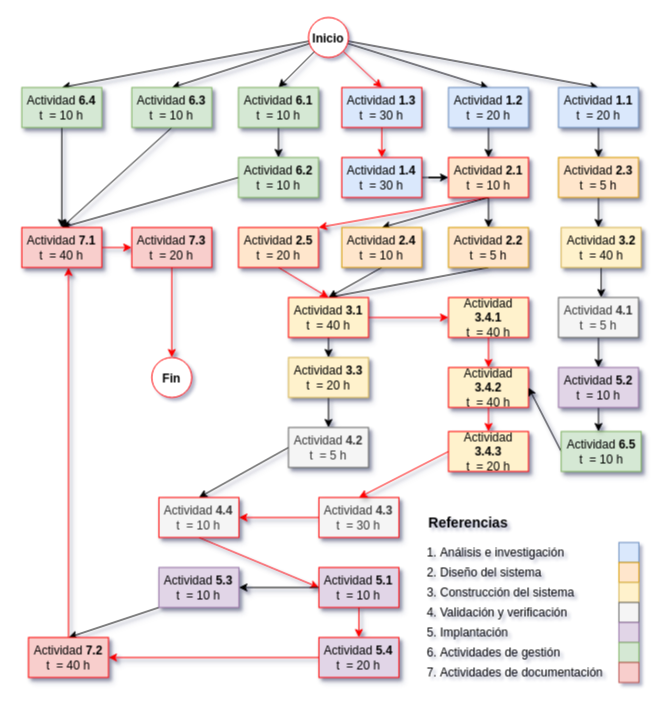
brunomaso1/uba-ceia keeps this draw.io diagram as page "Diagrama de actividades - Visualizacion" (3 of 3) of ceia-gdp/Diagramas gestion de proyectos.drawio. Above is the earlier version. Source tidied: cells renumbered, new cells numbered last; positions are measured from the earlier drawing's top-left corner, leaving out a move shared by most shapes. Both pictures are drawn from the tidied source at 100%, with x=0, y=0 at pixel (21, 17).
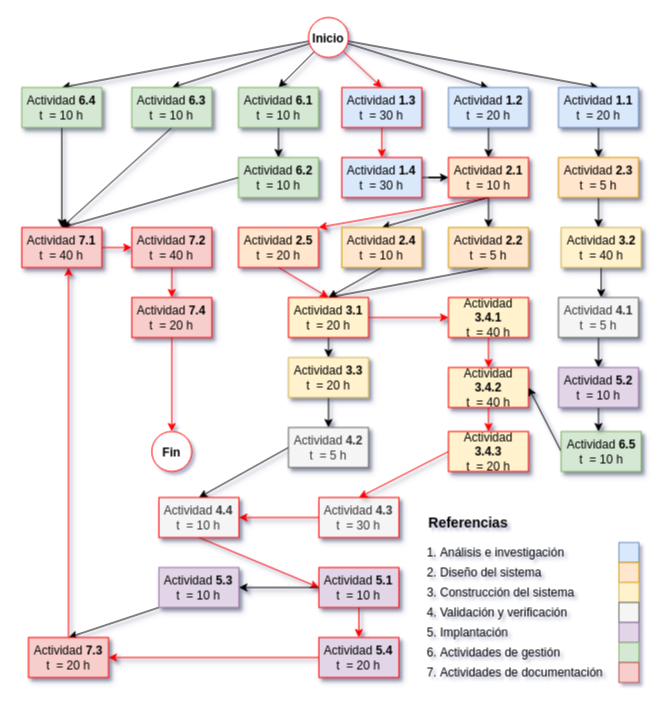
The same page after the edit.

What changed in the source:
```diff
@@
-    <mxCell id="37" value="Actividad &lt;b&gt;3.1&lt;/b&gt;&lt;div&gt;t&amp;nbsp; = 40 h&lt;/div&gt;" style="html=1;dashed=0;whiteSpace=wrap;fillColor=#fff2cc;strokeColor=#FF0000;shadow=1;" parent="1" vertex="1">
+    <mxCell id="37" value="Actividad &lt;b&gt;3.1&lt;/b&gt;&lt;div&gt;t&amp;nbsp; = 20 h&lt;/div&gt;" style="html=1;dashed=0;whiteSpace=wrap;fillColor=#fff2cc;strokeColor=#FF0000;shadow=1;" parent="1" vertex="1">
       <mxGeometry x="267" y="280" width="80" height="40" as="geometry" />
     </mxCell>
@@
-    <mxCell id="68" value="Actividad &lt;b&gt;7.2&lt;/b&gt;&lt;div&gt;t&amp;nbsp; = 40 h&lt;/div&gt;" style="html=1;dashed=0;whiteSpace=wrap;fillColor=#f8cecc;strokeColor=#FF0000;shadow=1;" parent="1" vertex="1">
+    <mxCell id="68" value="Actividad &lt;b&gt;7.3&lt;/b&gt;&lt;div&gt;t&amp;nbsp; = 20 h&lt;/div&gt;" style="html=1;dashed=0;whiteSpace=wrap;fillColor=#f8cecc;strokeColor=#FF0000;shadow=1;" parent="1" vertex="1">
       <mxGeometry x="7" y="620" width="80" height="40" as="geometry" />
     </mxCell>
@@
-    <mxCell id="71" style="rounded=0;jettySize=auto;html=1;orthogonal=1;exitX=0.5;exitY=0;exitDx=0;exitDy=0;shadow=1;strokeColor=#FF0000;" parent="1" edge="1" source="72" target="73">
+    <mxCell id="71" style="rounded=0;jettySize=auto;html=1;orthogonal=1;exitX=0.5;exitY=0;exitDx=0;exitDy=0;shadow=1;strokeColor=#FF0000;entryX=0.5;entryY=0;entryDx=0;entryDy=0;" parent="1" edge="1" source="72" target="93">
       <mxGeometry relative="1" as="geometry" />
     </mxCell>
-    <mxCell id="72" value="Actividad &lt;b&gt;7.3&lt;/b&gt;&lt;div&gt;t&amp;nbsp; = 20 h&lt;/div&gt;" style="html=1;dashed=0;whiteSpace=wrap;fillColor=#f8cecc;strokeColor=#FF0000;shadow=1;" parent="1" vertex="1">
+    <mxCell id="72" value="Actividad &lt;b&gt;7.2&lt;/b&gt;&lt;div&gt;t&amp;nbsp; = 40 h&lt;/div&gt;" style="html=1;dashed=0;whiteSpace=wrap;fillColor=#f8cecc;strokeColor=#FF0000;shadow=1;" parent="1" vertex="1">
       <mxGeometry x="110.3" y="210" width="80" height="40" as="geometry" />
     </mxCell>
     <mxCell id="73" value="Fin" style="ellipse;fontStyle=1;strokeColor=#FF0000;" parent="1" vertex="1">
-      <mxGeometry x="130.3" y="340" width="40" height="40" as="geometry" />
+      <mxGeometry x="130.3" y="414" width="40" height="40" as="geometry" />
     </mxCell>
@@
+    <mxCell id="92" style="edgeStyle=orthogonalEdgeStyle;rounded=0;jettySize=auto;html=1;strokeColor=#FF0000;" parent="1" edge="1" source="93" target="73">
+      <mxGeometry relative="1" as="geometry" />
+    </mxCell>
+    <mxCell id="93" value="Actividad &lt;b&gt;7.4&lt;/b&gt;&lt;div&gt;t&amp;nbsp; = 20 h&lt;/div&gt;" style="html=1;dashed=0;whiteSpace=wrap;fillColor=#f8cecc;strokeColor=#FF0000;shadow=1;" parent="1" vertex="1">
+      <mxGeometry x="110.3" y="280" width="80" height="40" as="geometry" />
+    </mxCell>
```
